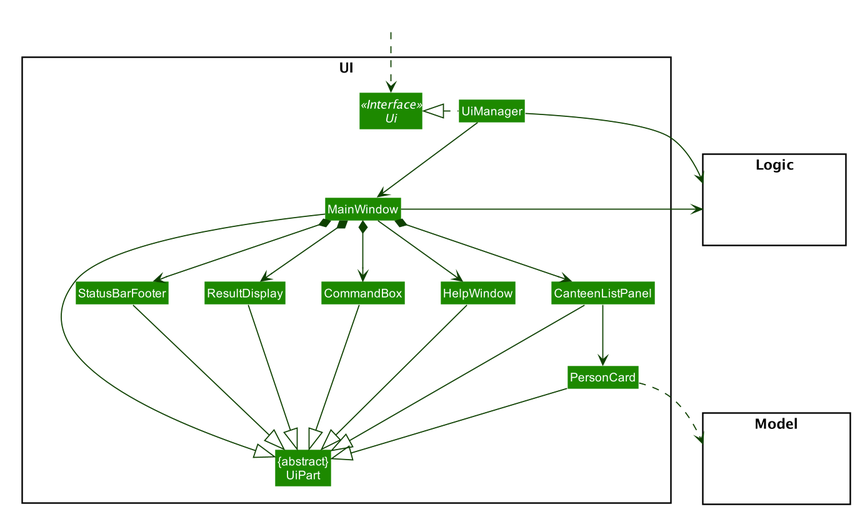
Above: docs/images/UiClassDiagram.png in ignatiusong/main (PlantUML), before the change. Its diagram source:
```plantuml
@startuml








skinparam BackgroundColor #FFFFFFF

skinparam Shadowing false

skinparam Class {
    FontColor #FFFFFF
    BorderThickness 1
    BorderColor #FFFFFF
    StereotypeFontColor #FFFFFF
    FontName Arial
}

skinparam Actor {
    BorderColor #000000
    Color #000000
    FontName Arial
}

skinparam Sequence {
    MessageAlign center
    BoxFontSize 15
    BoxPadding 0
    BoxFontColor #FFFFFF
    FontName Arial
}

skinparam Participant {
    FontColor #FFFFFFF
    Padding 20
}

skinparam MinClassWidth 50
skinparam ParticipantPadding 10
skinparam Shadowing false
skinparam DefaultTextAlignment center
skinparam packageStyle Rectangle

hide footbox
hide members
hide circle
skinparam arrowThickness 1.1
skinparam arrowColor #0E4100
skinparam classBackgroundColor #1D8900

package UI <<Rectangle>>{
Interface Ui <<Interface>>
Class "{abstract}\nUiPart" as UiPart
Class UiManager
Class MainWindow
Class HelpWindow
Class ResultDisplay
Class CanteenListPanel
Class PersonCard
Class StatusBarFooter
Class CommandBox
}

package Model <<Rectangle>> {
Class HiddenModel #FFFFFF
}

package Logic <<Rectangle>> {
Class HiddenLogic #FFFFFF
}

Class HiddenOutside #FFFFFF
HiddenOutside ..> Ui

UiManager .left.|> Ui
UiManager -down-> MainWindow
MainWindow --> HelpWindow
MainWindow *-down-> CommandBox
MainWindow *-down-> ResultDisplay
MainWindow *-down-> CanteenListPanel
MainWindow *-down-> StatusBarFooter

CanteenListPanel -down-> PersonCard

MainWindow -left-|> UiPart

ResultDisplay --|> UiPart
CommandBox --|> UiPart
CanteenListPanel --|> UiPart
PersonCard --|> UiPart
StatusBarFooter --|> UiPart
HelpWindow -down-|> UiPart

PersonCard ..> Model
UiManager -right-> Logic
MainWindow -left-> Logic

CanteenListPanel -[hidden]left- HelpWindow
HelpWindow -[hidden]left- CommandBox
CommandBox -[hidden]left- ResultDisplay
ResultDisplay -[hidden]left- StatusBarFooter

MainWindow -[hidden]-|> UiPart
@enduml
```
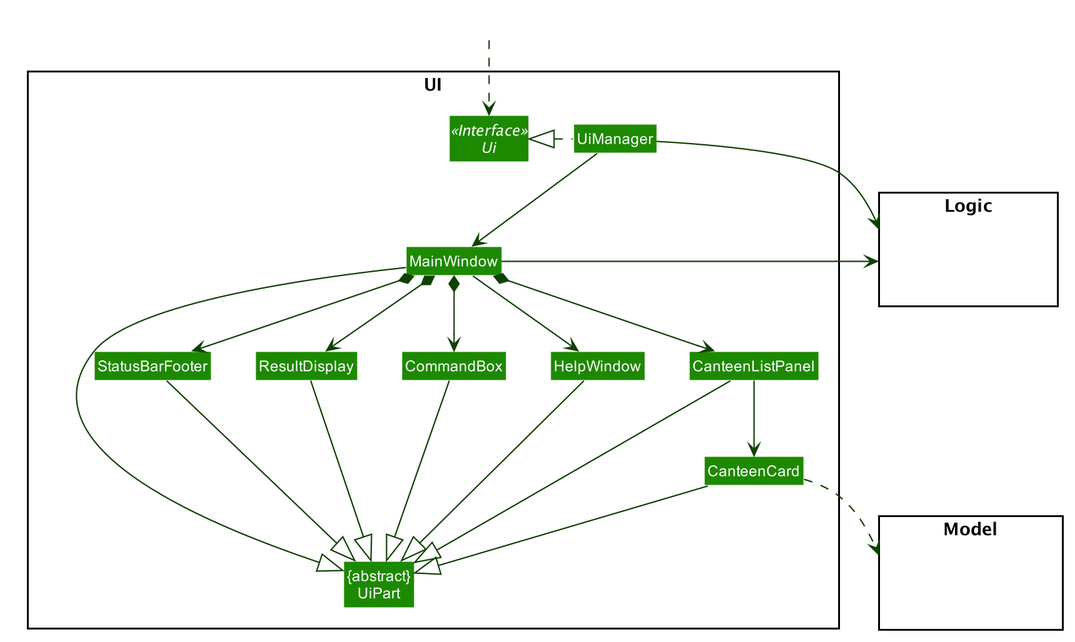
Above is the later version.

Commit message:
Updated names in class diagrams fix

Diff of the diagram source:
```diff
@@ -59,7 +59,7 @@
 Class HelpWindow
 Class ResultDisplay
 Class CanteenListPanel
-Class PersonCard
+Class CanteenCard
 Class StatusBarFooter
 Class CommandBox
 }
@@ -83,18 +83,18 @@
 MainWindow *-down-> CanteenListPanel
 MainWindow *-down-> StatusBarFooter
 
-CanteenListPanel -down-> PersonCard
+CanteenListPanel -down-> CanteenCard
 
 MainWindow -left-|> UiPart
 
 ResultDisplay --|> UiPart
 CommandBox --|> UiPart
 CanteenListPanel --|> UiPart
-PersonCard --|> UiPart
+CanteenCard --|> UiPart
 StatusBarFooter --|> UiPart
 HelpWindow -down-|> UiPart
 
-PersonCard ..> Model
+CanteenCard ..> Model
 UiManager -right-> Logic
 MainWindow -left-> Logic
 
```
